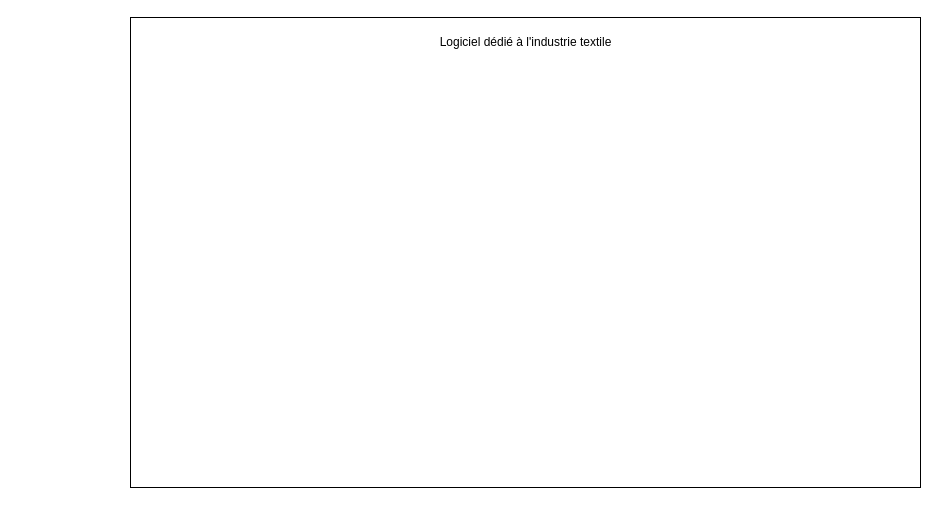
Earlier version of the draw.io diagram logiciel-industrie.drawio (clairenollet/uml-and-rup). Source tidied: cells renumbered, new cells numbered last; positions are measured from the earlier drawing's top-left corner, leaving out a move shared by most shapes. Both pictures are drawn from the tidied source at 100%, with x=0, y=0 at pixel (130, 17).
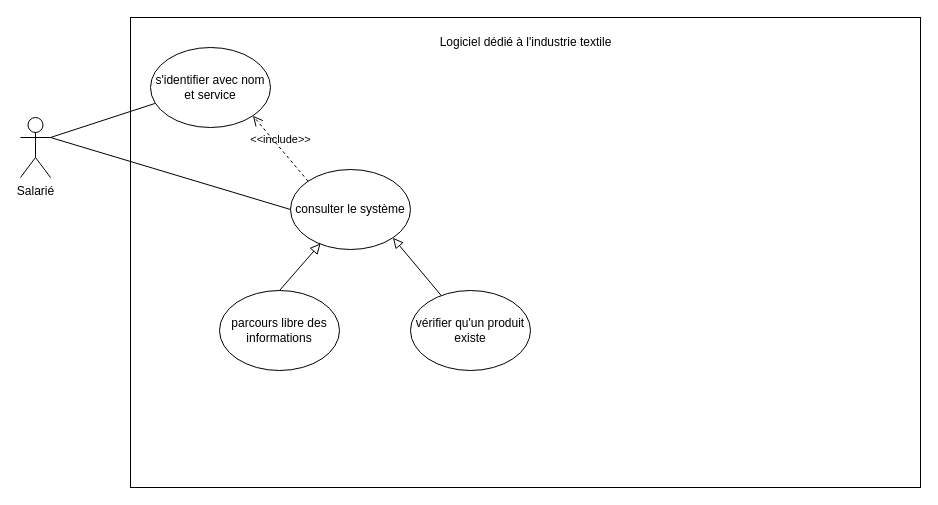
The same page after the edit.

The edit, as a diff of the source:
```diff
@@
 <mxGraphModel>
   <root>
     <mxCell id="0" />
     <mxCell id="1" parent="0" />
     <mxCell id="2" style="rounded=0;whiteSpace=wrap;html=1;" parent="1" vertex="1">
       <mxGeometry width="790" height="470" as="geometry" />
     </mxCell>
     <mxCell id="3" value="Logiciel dédié à l'industrie textile" style="text;html=1;strokeColor=none;fillColor=none;align=center;verticalAlign=middle;whiteSpace=wrap;rounded=0;" parent="1" vertex="1">
       <mxGeometry x="302.5" y="10" width="185" height="30" as="geometry" />
     </mxCell>
+    <mxCell id="4" value="Salarié" style="shape=umlActor;verticalLabelPosition=bottom;verticalAlign=top;html=1;" parent="1" vertex="1">
+      <mxGeometry x="-110" y="100" width="30" height="60" as="geometry" />
+    </mxCell>
+    <mxCell id="5" value="consulter le système" style="ellipse;whiteSpace=wrap;html=1;" parent="1" vertex="1">
+      <mxGeometry x="160" y="152" width="120" height="80" as="geometry" />
+    </mxCell>
+    <mxCell id="6" value="vérifier qu'un produit existe" style="ellipse;whiteSpace=wrap;html=1;" parent="1" vertex="1">
+      <mxGeometry x="280" y="273" width="120" height="80" as="geometry" />
+    </mxCell>
+    <mxCell id="7" value="parcours libre des informations" style="ellipse;whiteSpace=wrap;html=1;" parent="1" vertex="1">
+      <mxGeometry x="89" y="273" width="120" height="80" as="geometry" />
+    </mxCell>
+    <mxCell id="8" value="s'identifier avec nom et service" style="ellipse;whiteSpace=wrap;html=1;" parent="1" vertex="1">
+      <mxGeometry x="20" y="30" width="120" height="80" as="geometry" />
+    </mxCell>
+    <mxCell id="9" value="&amp;lt;&amp;lt;include&amp;gt;&amp;gt;" style="endArrow=open;startArrow=none;endFill=0;startFill=0;endSize=8;html=1;verticalAlign=bottom;dashed=1;labelBackgroundColor=none;rounded=0;entryX=1;entryY=1;entryDx=0;entryDy=0;exitX=0;exitY=0;exitDx=0;exitDy=0;" parent="1" edge="1" source="5" target="8">
+      <mxGeometry relative="1" as="geometry" />
+    </mxCell>
+    <mxCell id="10" style="endArrow=none;startArrow=none;endFill=0;startFill=0;endSize=8;html=1;verticalAlign=bottom;labelBackgroundColor=none;strokeWidth=1;rounded=0;entryX=0;entryY=0.5;entryDx=0;entryDy=0;" parent="1" edge="1" target="5">
+      <mxGeometry relative="1" as="geometry">
+        <mxPoint x="-80" y="120" as="sourcePoint" />
+      </mxGeometry>
+    </mxCell>
+    <mxCell id="11" style="endArrow=none;startArrow=none;endFill=0;startFill=0;endSize=8;html=1;verticalAlign=bottom;labelBackgroundColor=none;strokeWidth=1;rounded=0;entryX=0.036;entryY=0.7;entryDx=0;entryDy=0;entryPerimeter=0;" parent="1" edge="1" target="8">
+      <mxGeometry relative="1" as="geometry">
+        <mxPoint x="-80" y="120" as="sourcePoint" />
+      </mxGeometry>
+    </mxCell>
+    <mxCell id="12" style="endArrow=block;startArrow=none;endFill=0;startFill=0;endSize=8;html=1;verticalAlign=bottom;labelBackgroundColor=none;strokeWidth=1;rounded=0;entryX=0.25;entryY=0.925;entryDx=0;entryDy=0;entryPerimeter=0;exitX=0.5;exitY=0;exitDx=0;exitDy=0;" parent="1" edge="1" source="7" target="5">
+      <mxGeometry relative="1" as="geometry" />
+    </mxCell>
+    <mxCell id="13" style="endArrow=block;startArrow=none;endFill=0;startFill=0;endSize=8;html=1;verticalAlign=bottom;labelBackgroundColor=none;strokeWidth=1;rounded=0;entryX=1;entryY=1;entryDx=0;entryDy=0;" parent="1" edge="1" source="6" target="5">
+      <mxGeometry relative="1" as="geometry" />
+    </mxCell>
   </root>
 </mxGraphModel>
```
